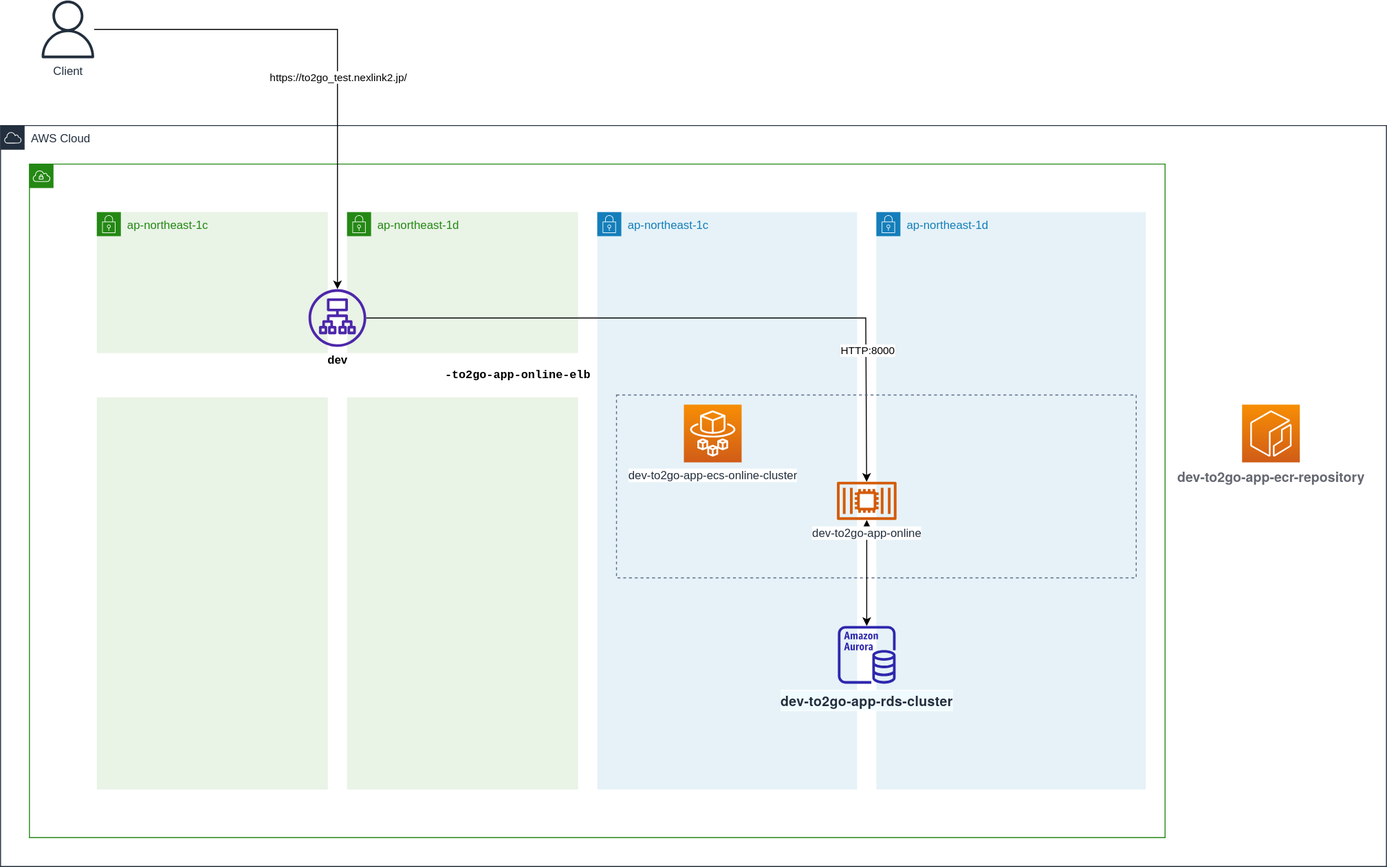
onishi-teppei/cdk-practice keeps this draw.io diagram as .draw.io/main.drawio.svg. Above is the earlier version. Source tidied: cells renumbered, new cells last; positions are measured from the earlier drawing's top-left corner, leaving out a move shared by most shapes.
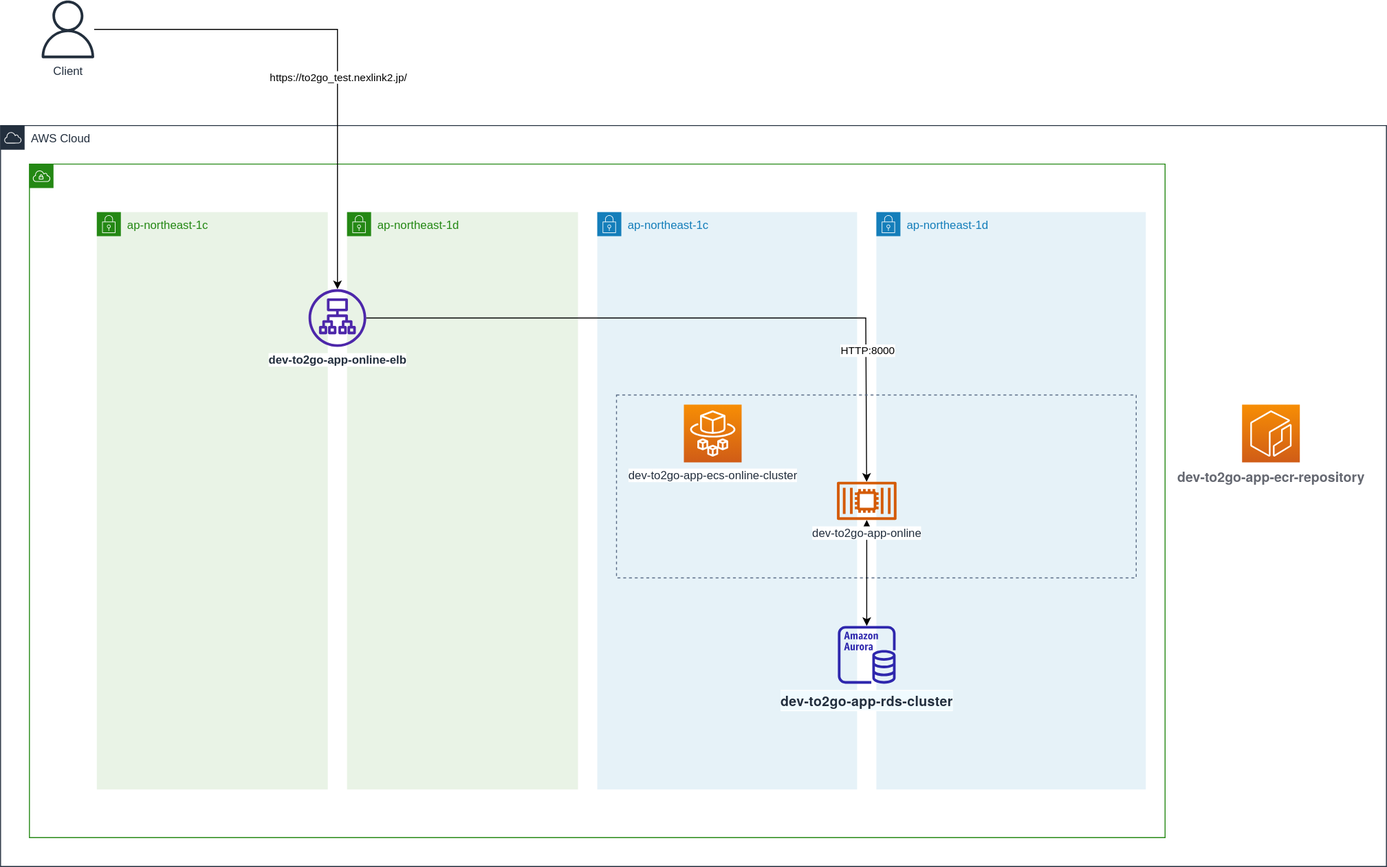
Later version of the same file.

The edit, as a diff of the source:
```diff
@@ -23,7 +23,7 @@
     <mxCell id="8" value="ap-northeast-1c" style="gradientColor=none;html=1;whiteSpace=wrap;fontSize=12;fontStyle=0;shape=mxgraph.aws4.group;grIcon=mxgraph.aws4.group_security_group;grStroke=0;strokeColor=#248814;fillColor=#E9F3E6;verticalAlign=top;align=left;spacingLeft=30;fontColor=#248814;dashed=0;" parent="4" vertex="1">
       <mxGeometry x="100" y="90" width="240" height="600" as="geometry" />
     </mxCell>
-    <mxCell id="9" value="&lt;span style=&quot;background-color: rgb(255, 255, 255);&quot;&gt;&lt;font style=&quot;color: rgb(0, 0, 0);&quot;&gt;&lt;b&gt;dev&lt;span style=&quot;font-family: Menlo, Monaco, &amp;quot;Courier New&amp;quot;, monospace; white-space-collapse: preserve;&quot;&gt;-to2go-app-online-elb&lt;/span&gt;&lt;/b&gt;&lt;/font&gt;&lt;/span&gt;" style="sketch=0;outlineConnect=0;fontColor=#232F3E;gradientColor=none;fillColor=#4D27AA;strokeColor=none;dashed=0;verticalLabelPosition=bottom;verticalAlign=top;align=center;html=1;fontSize=12;fontStyle=0;shape=mxgraph.aws4.application_load_balancer;labelBackgroundColor=default;" parent="8" vertex="1">
+    <mxCell id="9" value="&lt;b&gt;dev-to2go-app-online-elb&lt;/b&gt;" style="sketch=0;outlineConnect=0;fontColor=#232F3E;gradientColor=none;fillColor=#4D27AA;strokeColor=none;dashed=0;verticalLabelPosition=bottom;verticalAlign=top;align=center;html=1;fontSize=12;fontStyle=0;shape=mxgraph.aws4.application_load_balancer;labelBackgroundColor=default;" parent="8" vertex="1">
       <mxGeometry x="220" y="80" width="60" height="60" as="geometry" />
     </mxCell>
     <mxCell id="10" style="edgeStyle=none;html=1;rounded=0;jumpStyle=line;" parent="4" edge="1" source="9" target="15">
```
